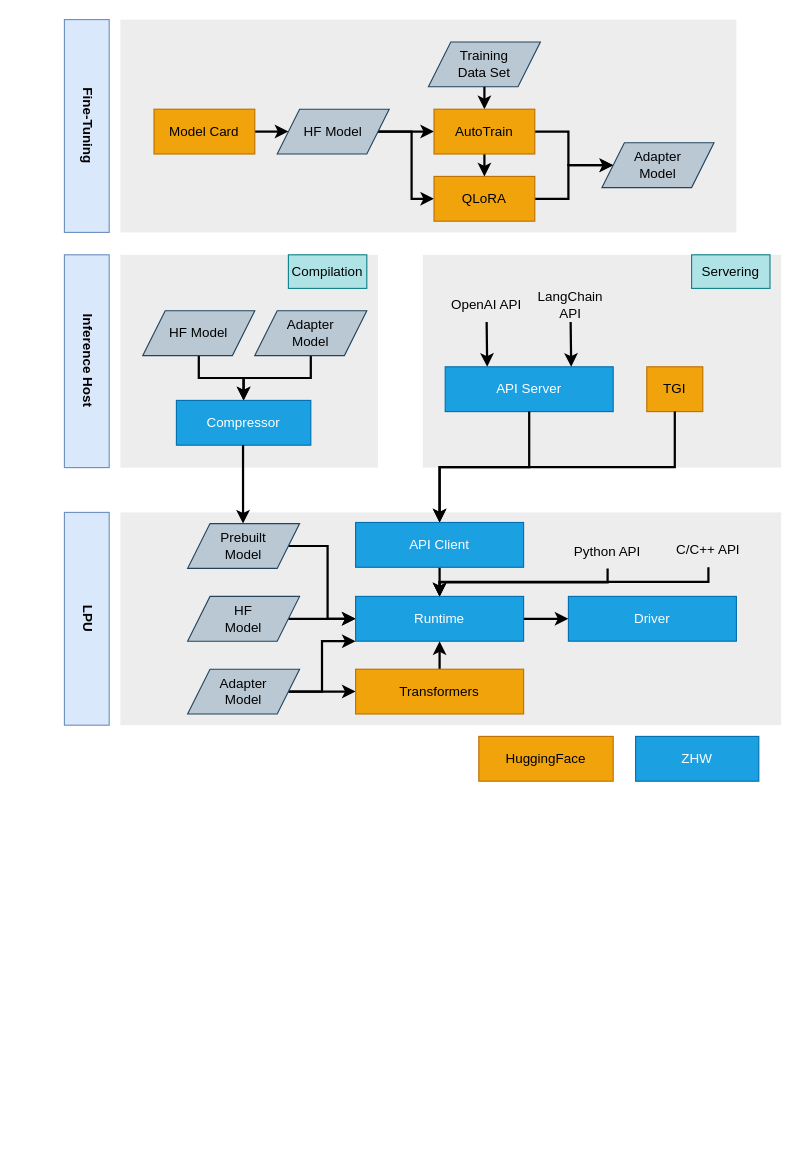
Earlier version of the draw.io diagram 7.lpu.soft.architechture.drawio (workerzhw/draw.io). Source tidied: cells renumbered, new cells numbered last; positions are measured from the earlier drawing's top-left corner, leaving out a move shared by most shapes. Both pictures are drawn from the tidied source at 112%, with x=0, y=0 at pixel (64, 19).
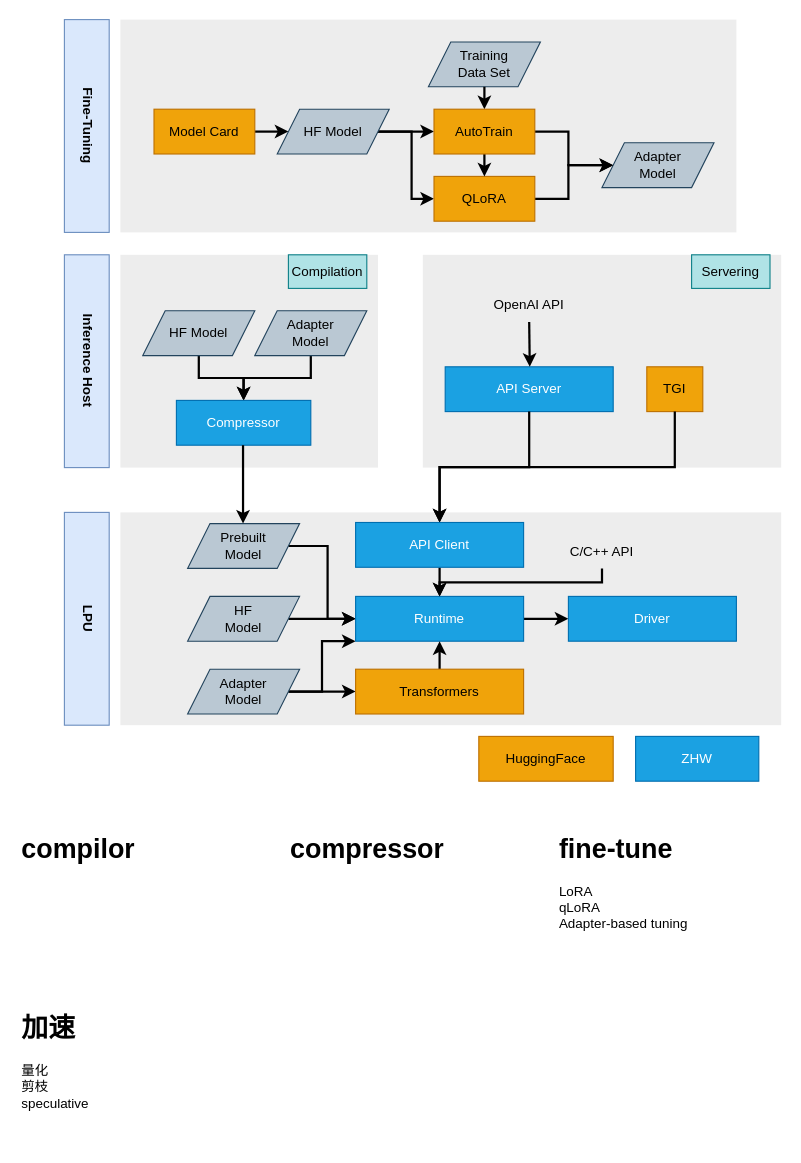
The same page after the edit.

The change refers to these unchanged cells:
```xml
<mxCell id="27" value="API Server" style="rounded=0;whiteSpace=wrap;html=1;fillColor=#1ba1e2;strokeColor=#006EAF;fontColor=#ffffff;" parent="1" vertex="1">
  <mxGeometry x="340" y="310" width="150" height="40" as="geometry" />
</mxCell>
<mxCell id="47" value="Runtime" style="rounded=0;whiteSpace=wrap;html=1;fillColor=#1ba1e2;strokeColor=#006EAF;fontColor=#ffffff;" parent="1" vertex="1">
  <mxGeometry x="260" y="515" width="150" height="40" as="geometry" />
</mxCell>
```

What changed in the source:
```diff
@@
-    <mxCell id="29" style="edgeStyle=none;html=1;exitX=0.5;exitY=1;exitDx=0;exitDy=0;entryX=0.25;entryY=0;entryDx=0;entryDy=0;strokeWidth=2;" parent="1" edge="1" source="30" target="27">
-      <mxGeometry relative="1" as="geometry" />
+    <mxCell id="29" style="edgeStyle=none;html=1;exitX=0.5;exitY=1;exitDx=0;exitDy=0;entryX=0.25;entryY=0;entryDx=0;entryDy=0;strokeWidth=2;" parent="1" edge="1" source="30">
+      <mxGeometry relative="1" as="geometry">
+        <mxPoint x="415.5" y="310" as="targetPoint" />
+      </mxGeometry>
     </mxCell>
     <mxCell id="30" value="OpenAI API" style="text;html=1;align=center;verticalAlign=middle;whiteSpace=wrap;rounded=0;" parent="1" vertex="1">
-      <mxGeometry x="342" y="240" width="70" height="30" as="geometry" />
+      <mxGeometry x="380" y="240" width="70" height="30" as="geometry" />
     </mxCell>
-    <mxCell id="31" style="edgeStyle=none;html=1;exitX=0.5;exitY=1;exitDx=0;exitDy=0;entryX=0.75;entryY=0;entryDx=0;entryDy=0;strokeWidth=2;" parent="1" edge="1" source="32" target="27">
-      <mxGeometry relative="1" as="geometry" />
-    </mxCell>
-    <mxCell id="32" value="LangChain API" style="text;html=1;align=center;verticalAlign=middle;whiteSpace=wrap;rounded=0;" parent="1" vertex="1">
-      <mxGeometry x="417" y="240" width="70" height="30" as="geometry" />
-    </mxCell>
@@
-    <mxCell id="54" style="edgeStyle=orthogonalEdgeStyle;html=1;exitX=0.5;exitY=1;exitDx=0;exitDy=0;entryX=0.5;entryY=0;entryDx=0;entryDy=0;rounded=0;curved=0;strokeWidth=2;" parent="1" edge="1" source="55" target="47">
-      <mxGeometry relative="1" as="geometry" />
-    </mxCell>
-    <mxCell id="55" value="Python API" style="text;html=1;align=center;verticalAlign=middle;whiteSpace=wrap;rounded=0;" parent="1" vertex="1">
-      <mxGeometry x="450" y="460" width="70" height="30" as="geometry" />
-    </mxCell>
@@
     <mxCell id="57" value="C/C++ API" style="text;html=1;align=center;verticalAlign=middle;whiteSpace=wrap;rounded=0;" parent="1" vertex="1">
-      <mxGeometry x="540" y="459" width="70" height="30" as="geometry" />
+      <mxGeometry x="445" y="460" width="70" height="30" as="geometry" />
     </mxCell>
+    <mxCell id="58" value="&lt;h1 style=&quot;margin-top: 0px;&quot;&gt;compilor&lt;/h1&gt;" style="text;html=1;whiteSpace=wrap;overflow=hidden;rounded=0;" parent="1" vertex="1">
+      <mxGeometry x="-40" y="720" width="180" height="120" as="geometry" />
+    </mxCell>
+    <mxCell id="59" value="&lt;h1 style=&quot;margin-top: 0px;&quot;&gt;compressor&lt;/h1&gt;" style="text;html=1;whiteSpace=wrap;overflow=hidden;rounded=0;" parent="1" vertex="1">
+      <mxGeometry x="200" y="720" width="180" height="120" as="geometry" />
+    </mxCell>
+    <mxCell id="60" value="&lt;h1 style=&quot;margin-top: 0px;&quot;&gt;fine-tune&lt;/h1&gt;&lt;div&gt;LoRA&lt;/div&gt;&lt;div&gt;qLoRA&lt;/div&gt;&lt;div&gt;Adapter-based tuning&lt;/div&gt;" style="text;html=1;whiteSpace=wrap;overflow=hidden;rounded=0;" parent="1" vertex="1">
+      <mxGeometry x="440" y="720" width="180" height="120" as="geometry" />
+    </mxCell>
+    <mxCell id="61" value="&lt;h1 style=&quot;margin-top: 0px;&quot;&gt;加速&lt;/h1&gt;&lt;div&gt;量化&lt;/div&gt;&lt;div&gt;剪枝&lt;/div&gt;&lt;div&gt;speculative&amp;nbsp;&lt;/div&gt;&lt;div&gt;&lt;br&gt;&lt;/div&gt;" style="text;html=1;whiteSpace=wrap;overflow=hidden;rounded=0;" parent="1" vertex="1">
+      <mxGeometry x="-40" y="880" width="180" height="120" as="geometry" />
+    </mxCell>
```
